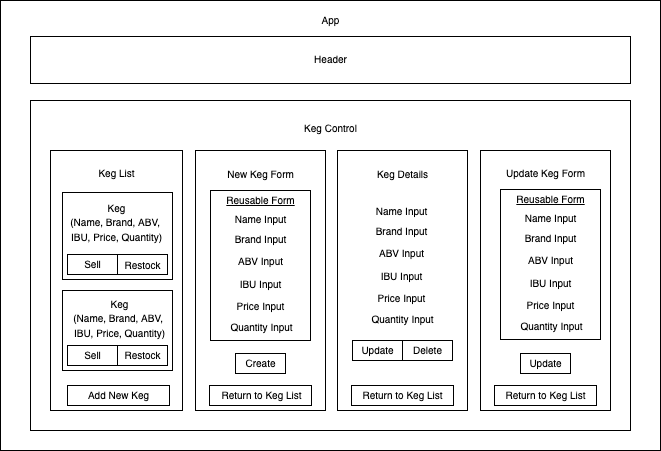
The draw.io diagram src/img/Tap-Room.png in johnwhittenstudio/tap-room, before a commit. Source tidied: cells renumbered, new cells last; positions are measured from the earlier drawing's top-left corner, leaving out a move shared by most shapes.
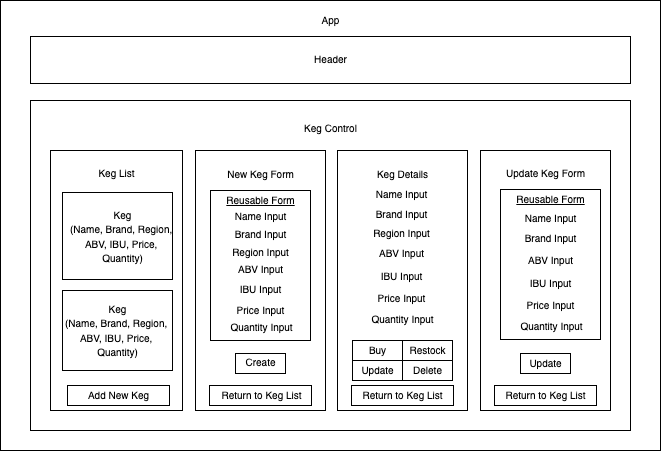
After the commit.

What changed in the source:
```diff
@@ -50,18 +50,6 @@
     <mxCell id="17" style="rounded=0;whiteSpace=wrap;html=1;" parent="1" vertex="1">
       <mxGeometry x="62" y="290" width="110" height="80" as="geometry" />
     </mxCell>
-    <mxCell id="18" style="rounded=0;whiteSpace=wrap;html=1;" parent="1" vertex="1">
-      <mxGeometry x="67" y="254" width="50" height="20" as="geometry" />
-    </mxCell>
-    <mxCell id="19" style="rounded=0;whiteSpace=wrap;html=1;" parent="1" vertex="1">
-      <mxGeometry x="117" y="254" width="50" height="20" as="geometry" />
-    </mxCell>
-    <mxCell id="20" style="rounded=0;whiteSpace=wrap;html=1;" parent="1" vertex="1">
-      <mxGeometry x="67" y="345" width="50" height="20" as="geometry" />
-    </mxCell>
-    <mxCell id="21" style="rounded=0;whiteSpace=wrap;html=1;" parent="1" vertex="1">
-      <mxGeometry x="117" y="345" width="50" height="20" as="geometry" />
-    </mxCell>
     <mxCell id="22" style="rounded=0;whiteSpace=wrap;html=1;" parent="1" vertex="1">
       <mxGeometry x="67" y="385" width="102" height="20" as="geometry" />
     </mxCell>
@@ -86,35 +74,17 @@
     <mxCell id="29" value="&lt;font style=&quot;font-size: 10px;&quot;&gt;Return to Keg List&lt;/font&gt;" style="text;html=1;align=center;verticalAlign=middle;fillColor=none;strokeColor=none;rounded=0;" parent="1" vertex="1">
       <mxGeometry x="495" y="385" width="100" height="20" as="geometry" />
     </mxCell>
-    <mxCell id="30" value="&lt;font style=&quot;font-size: 10px;&quot;&gt;Sell&lt;/font&gt;" style="text;html=1;align=center;verticalAlign=middle;fillColor=none;strokeColor=none;rounded=0;" parent="1" vertex="1">
-      <mxGeometry x="77" y="254" width="30" height="20" as="geometry" />
-    </mxCell>
-    <mxCell id="31" value="&lt;font style=&quot;font-size: 10px;&quot;&gt;Sell&lt;/font&gt;" style="text;html=1;align=center;verticalAlign=middle;fillColor=none;strokeColor=none;rounded=0;" parent="1" vertex="1">
-      <mxGeometry x="77" y="345" width="30" height="20" as="geometry" />
-    </mxCell>
-    <mxCell id="32" value="&lt;font style=&quot;font-size: 10px;&quot;&gt;Restock&lt;/font&gt;" style="text;html=1;align=center;verticalAlign=middle;fillColor=none;strokeColor=none;rounded=0;" parent="1" vertex="1">
-      <mxGeometry x="117" y="345" width="50" height="20" as="geometry" />
-    </mxCell>
-    <mxCell id="33" value="&lt;font style=&quot;font-size: 10px;&quot;&gt;Restock&lt;/font&gt;" style="text;html=1;align=center;verticalAlign=middle;fillColor=none;strokeColor=none;rounded=0;" parent="1" vertex="1">
-      <mxGeometry x="117" y="255" width="50" height="20" as="geometry" />
-    </mxCell>
     <mxCell id="34" style="rounded=0;whiteSpace=wrap;html=1;" parent="1" vertex="1">
       <mxGeometry x="352" y="340" width="50" height="20" as="geometry" />
     </mxCell>
-    <mxCell id="35" value="&lt;font style=&quot;font-size: 10px;&quot;&gt;Update&lt;/font&gt;" style="text;html=1;align=center;verticalAlign=middle;fillColor=none;strokeColor=none;rounded=0;" parent="1" vertex="1">
-      <mxGeometry x="352" y="340" width="50" height="20" as="geometry" />
-    </mxCell>
     <mxCell id="36" style="rounded=0;whiteSpace=wrap;html=1;" parent="1" vertex="1">
       <mxGeometry x="402" y="340" width="50" height="20" as="geometry" />
     </mxCell>
-    <mxCell id="37" value="&lt;font style=&quot;font-size: 10px;&quot;&gt;Delete&lt;br&gt;&lt;/font&gt;" style="text;html=1;align=center;verticalAlign=middle;fillColor=none;strokeColor=none;rounded=0;" parent="1" vertex="1">
-      <mxGeometry x="407" y="340" width="40" height="20" as="geometry" />
-    </mxCell>
     <mxCell id="38" style="rounded=0;whiteSpace=wrap;html=1;" parent="1" vertex="1">
       <mxGeometry x="235" y="353" width="50" height="20" as="geometry" />
     </mxCell>
     <mxCell id="39" value="&lt;font style=&quot;font-size: 10px;&quot;&gt;Create&lt;/font&gt;" style="text;html=1;align=center;verticalAlign=middle;fillColor=none;strokeColor=none;rounded=0;" parent="1" vertex="1">
-      <mxGeometry x="235" y="353" width="50" height="20" as="geometry" />
+      <mxGeometry x="235" y="352" width="50" height="20" as="geometry" />
     </mxCell>
     <mxCell id="40" style="rounded=0;whiteSpace=wrap;html=1;" parent="1" vertex="1">
       <mxGeometry x="520" y="353" width="50" height="20" as="geometry" />
@@ -126,31 +96,28 @@
       <mxGeometry x="210" y="190" width="100" height="150" as="geometry" />
     </mxCell>
     <mxCell id="43" value="&lt;font style=&quot;font-size: 10px;&quot;&gt;Brand Input&lt;/font&gt;" style="text;html=1;align=center;verticalAlign=middle;fillColor=none;strokeColor=none;rounded=0;" parent="1" vertex="1">
-      <mxGeometry x="225" y="229" width="70" height="20" as="geometry" />
+      <mxGeometry x="225" y="224" width="70" height="20" as="geometry" />
     </mxCell>
     <mxCell id="44" value="&lt;font style=&quot;font-size: 10px;&quot;&gt;ABV Input&lt;/font&gt;" style="text;html=1;align=center;verticalAlign=middle;fillColor=none;strokeColor=none;rounded=0;" parent="1" vertex="1">
-      <mxGeometry x="230" y="251" width="60" height="20" as="geometry" />
+      <mxGeometry x="230" y="259" width="60" height="20" as="geometry" />
     </mxCell>
     <mxCell id="45" value="&lt;font style=&quot;font-size: 10px;&quot;&gt;Price Input&lt;/font&gt;" style="text;html=1;align=center;verticalAlign=middle;fillColor=none;strokeColor=none;rounded=0;" parent="1" vertex="1">
-      <mxGeometry x="230" y="296" width="60" height="20" as="geometry" />
+      <mxGeometry x="230" y="300" width="60" height="20" as="geometry" />
     </mxCell>
     <mxCell id="46" value="&lt;font style=&quot;font-size: 10px;&quot;&gt;Quantity Input&lt;/font&gt;" style="text;html=1;align=center;verticalAlign=middle;fillColor=none;strokeColor=none;rounded=0;" parent="1" vertex="1">
       <mxGeometry x="221" y="317" width="80" height="20" as="geometry" />
     </mxCell>
     <mxCell id="47" value="&lt;font style=&quot;font-size: 10px;&quot;&gt;Name Input&lt;/font&gt;" style="text;html=1;align=center;verticalAlign=middle;fillColor=none;strokeColor=none;rounded=0;" parent="1" vertex="1">
-      <mxGeometry x="225" y="209" width="70" height="20" as="geometry" />
+      <mxGeometry x="225" y="206" width="70" height="20" as="geometry" />
     </mxCell>
     <mxCell id="48" value="&lt;font style=&quot;font-size: 10px;&quot;&gt;&lt;u&gt;Reusable Form&lt;/u&gt;&lt;/font&gt;" style="text;html=1;align=center;verticalAlign=middle;fillColor=none;strokeColor=none;rounded=0;" parent="1" vertex="1">
       <mxGeometry x="220" y="190" width="80" height="20" as="geometry" />
     </mxCell>
-    <mxCell id="49" value="&lt;span style=&quot;font-size: 10px;&quot;&gt;Keg&lt;br&gt;(Name, Brand, ABV, &lt;br&gt;IBU, Price, Quantity)&lt;br&gt;&lt;/span&gt;" style="text;html=1;align=center;verticalAlign=middle;fillColor=none;strokeColor=none;rounded=0;" parent="1" vertex="1">
-      <mxGeometry x="61" y="197" width="110" height="50" as="geometry" />
-    </mxCell>
-    <mxCell id="50" value="&lt;span style=&quot;font-size: 10px;&quot;&gt;Keg&lt;br&gt;(Name, Brand, ABV, &lt;br&gt;IBU, Price, Quantity)&lt;br&gt;&lt;/span&gt;" style="text;html=1;align=center;verticalAlign=middle;fillColor=none;strokeColor=none;rounded=0;" parent="1" vertex="1">
-      <mxGeometry x="64" y="293" width="110" height="50" as="geometry" />
+    <mxCell id="50" value="&lt;span style=&quot;font-size: 10px;&quot;&gt;Keg&lt;br&gt;(Name, Brand, Region, &lt;br&gt;ABV, IBU, Price, &lt;br&gt;Quantity)&lt;br&gt;&lt;/span&gt;" style="text;html=1;align=center;verticalAlign=middle;fillColor=none;strokeColor=none;rounded=0;" parent="1" vertex="1">
+      <mxGeometry x="57" y="300" width="120" height="60" as="geometry" />
     </mxCell>
     <mxCell id="51" value="&lt;font style=&quot;font-size: 10px;&quot;&gt;IBU Input&lt;/font&gt;" style="text;html=1;align=center;verticalAlign=middle;fillColor=none;strokeColor=none;rounded=0;" parent="1" vertex="1">
-      <mxGeometry x="230" y="274" width="60" height="20" as="geometry" />
+      <mxGeometry x="230" y="279" width="60" height="20" as="geometry" />
     </mxCell>
     <mxCell id="52" style="rounded=0;whiteSpace=wrap;html=1;fontSize=10;" parent="1" vertex="1">
       <mxGeometry x="500" y="189" width="100" height="150" as="geometry" />
@@ -177,7 +144,7 @@
       <mxGeometry x="520" y="273" width="60" height="20" as="geometry" />
     </mxCell>
     <mxCell id="60" value="&lt;font style=&quot;font-size: 10px;&quot;&gt;Brand Input&lt;/font&gt;" style="text;html=1;align=center;verticalAlign=middle;fillColor=none;strokeColor=none;rounded=0;" parent="1" vertex="1">
-      <mxGeometry x="366" y="221" width="70" height="20" as="geometry" />
+      <mxGeometry x="366" y="204" width="70" height="20" as="geometry" />
     </mxCell>
     <mxCell id="61" value="&lt;font style=&quot;font-size: 10px;&quot;&gt;ABV Input&lt;/font&gt;" style="text;html=1;align=center;verticalAlign=middle;fillColor=none;strokeColor=none;rounded=0;" parent="1" vertex="1">
       <mxGeometry x="371" y="243" width="60" height="20" as="geometry" />
@@ -189,10 +156,37 @@
       <mxGeometry x="362" y="309" width="80" height="20" as="geometry" />
     </mxCell>
     <mxCell id="64" value="&lt;font style=&quot;font-size: 10px;&quot;&gt;Name Input&lt;/font&gt;" style="text;html=1;align=center;verticalAlign=middle;fillColor=none;strokeColor=none;rounded=0;" parent="1" vertex="1">
-      <mxGeometry x="366" y="201" width="70" height="20" as="geometry" />
+      <mxGeometry x="366" y="184" width="70" height="20" as="geometry" />
     </mxCell>
     <mxCell id="65" value="&lt;font style=&quot;font-size: 10px;&quot;&gt;IBU Input&lt;/font&gt;" style="text;html=1;align=center;verticalAlign=middle;fillColor=none;strokeColor=none;rounded=0;" parent="1" vertex="1">
       <mxGeometry x="371" y="266" width="60" height="20" as="geometry" />
     </mxCell>
+    <mxCell id="66" value="&lt;span style=&quot;font-size: 10px;&quot;&gt;Keg&lt;br&gt;(Name, Brand, Region, &lt;br&gt;ABV, IBU, Price, &lt;br&gt;Quantity)&lt;br&gt;&lt;/span&gt;" style="text;html=1;align=center;verticalAlign=middle;fillColor=none;strokeColor=none;rounded=0;" parent="1" vertex="1">
+      <mxGeometry x="62" y="206" width="120" height="60" as="geometry" />
+    </mxCell>
+    <mxCell id="67" value="&lt;font style=&quot;font-size: 10px;&quot;&gt;Region Input&lt;/font&gt;" style="text;html=1;align=center;verticalAlign=middle;fillColor=none;strokeColor=none;rounded=0;" parent="1" vertex="1">
+      <mxGeometry x="225" y="242" width="70" height="20" as="geometry" />
+    </mxCell>
+    <mxCell id="68" value="&lt;font style=&quot;font-size: 10px;&quot;&gt;Region Input&lt;/font&gt;" style="text;html=1;align=center;verticalAlign=middle;fillColor=none;strokeColor=none;rounded=0;" parent="1" vertex="1">
+      <mxGeometry x="366" y="223" width="70" height="20" as="geometry" />
+    </mxCell>
+    <mxCell id="69" style="rounded=0;whiteSpace=wrap;html=1;" parent="1" vertex="1">
+      <mxGeometry x="352" y="360" width="50" height="20" as="geometry" />
+    </mxCell>
+    <mxCell id="70" value="&lt;font style=&quot;font-size: 10px;&quot;&gt;Buy&lt;/font&gt;" style="text;html=1;align=center;verticalAlign=middle;fillColor=none;strokeColor=none;rounded=0;" parent="1" vertex="1">
+      <mxGeometry x="362" y="340" width="30" height="20" as="geometry" />
+    </mxCell>
+    <mxCell id="35" value="&lt;font style=&quot;font-size: 10px;&quot;&gt;Update&lt;/font&gt;" style="text;html=1;align=center;verticalAlign=middle;fillColor=none;strokeColor=none;rounded=0;" parent="1" vertex="1">
+      <mxGeometry x="352" y="360" width="50" height="20" as="geometry" />
+    </mxCell>
+    <mxCell id="71" style="rounded=0;whiteSpace=wrap;html=1;" parent="1" vertex="1">
+      <mxGeometry x="402" y="360" width="50" height="20" as="geometry" />
+    </mxCell>
+    <mxCell id="37" value="&lt;font style=&quot;font-size: 10px;&quot;&gt;Delete&lt;br&gt;&lt;/font&gt;" style="text;html=1;align=center;verticalAlign=middle;fillColor=none;strokeColor=none;rounded=0;" parent="1" vertex="1">
+      <mxGeometry x="407" y="360" width="40" height="20" as="geometry" />
+    </mxCell>
+    <mxCell id="72" value="&lt;font style=&quot;font-size: 10px;&quot;&gt;Restock&lt;/font&gt;" style="text;html=1;align=center;verticalAlign=middle;fillColor=none;strokeColor=none;rounded=0;" parent="1" vertex="1">
+      <mxGeometry x="402" y="340" width="50" height="20" as="geometry" />
+    </mxCell>
   </root>
 </mxGraphModel>
```
